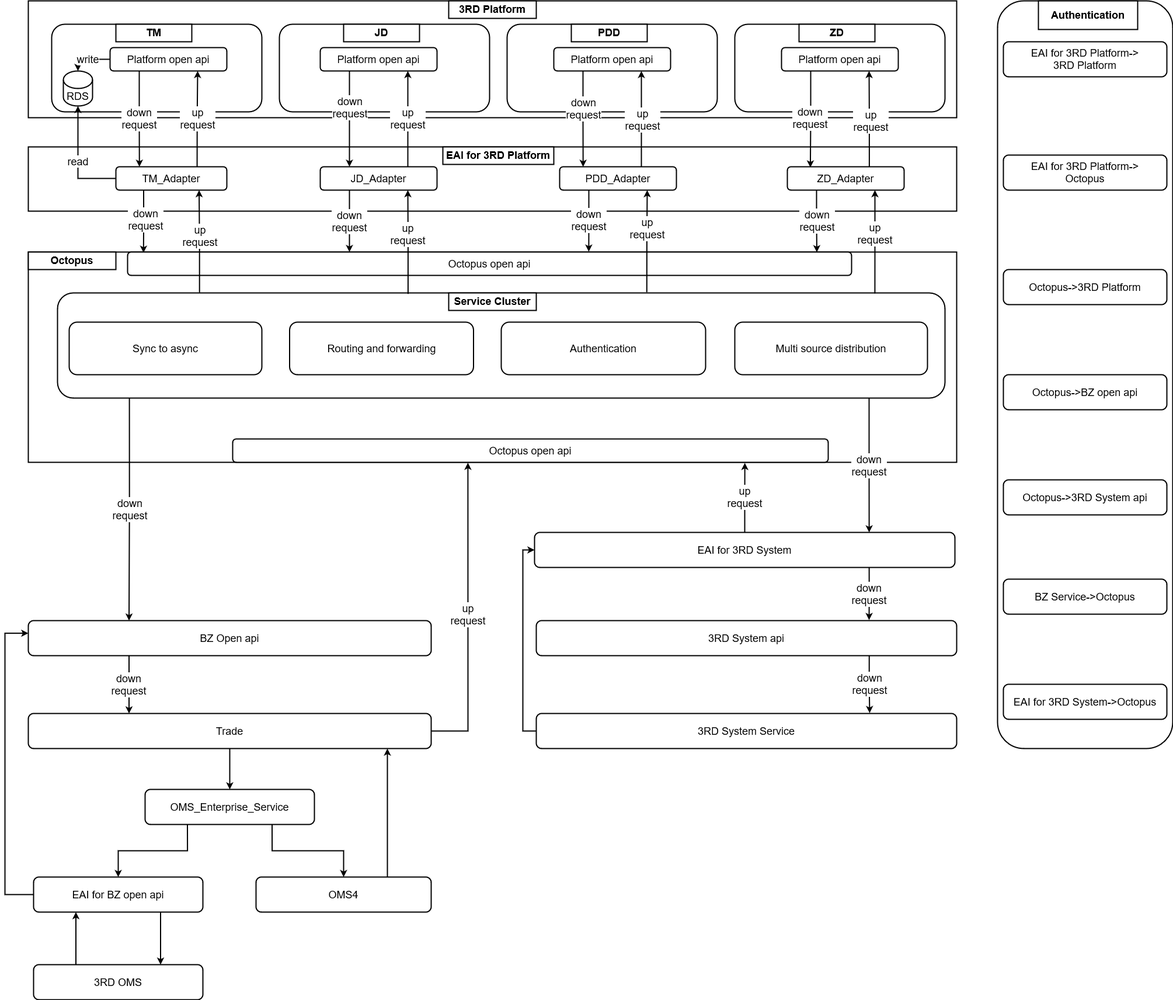
The draw.io diagram platform-integration-middleground.drawio.png in jackie-thank/beego-authz, before a commit. Source tidied: cells renumbered, new cells last; positions are measured from the earlier drawing's top-left corner, leaving out a move shared by most shapes.
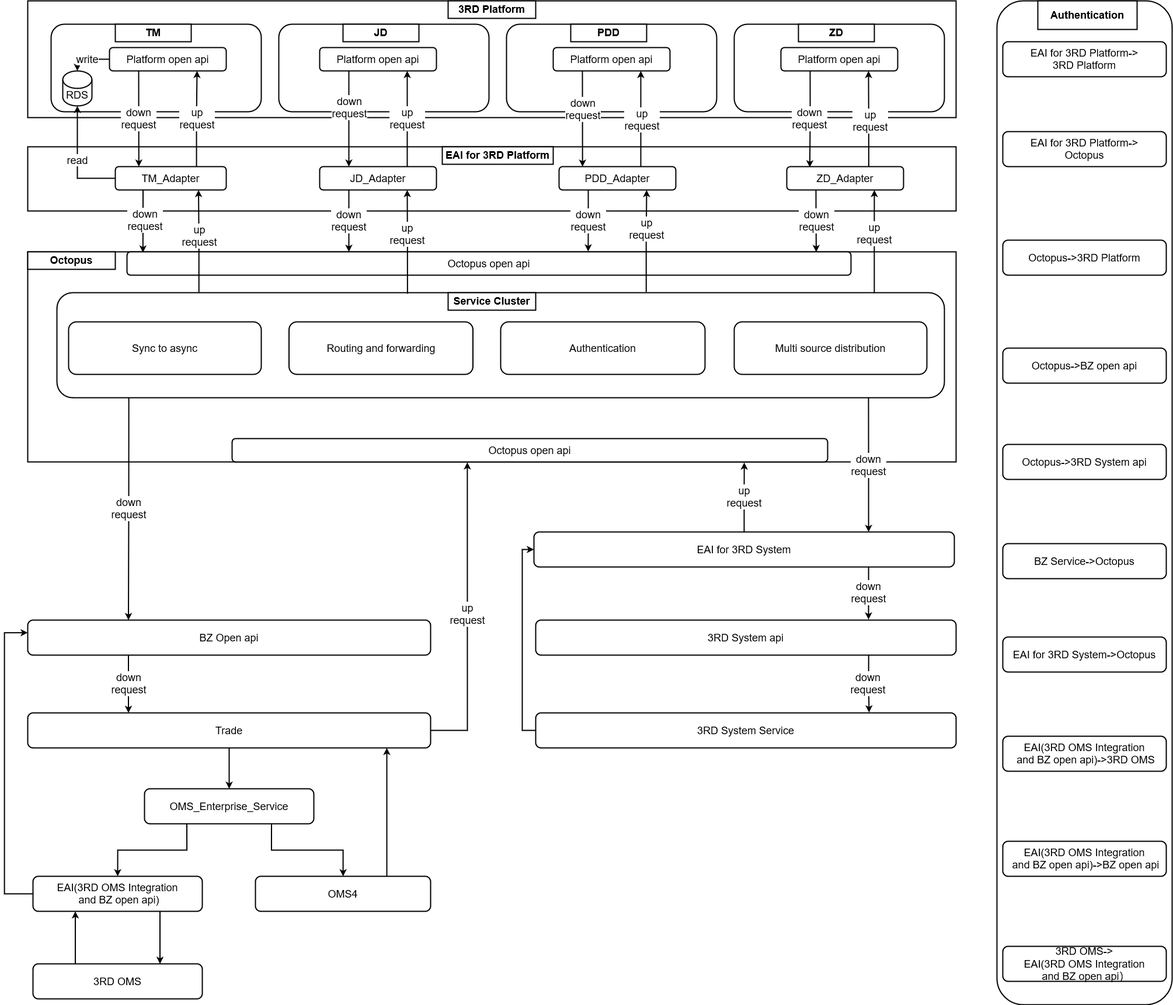
After the change.

Diff of the diagram source:
```diff
@@ -219,31 +219,31 @@
       <mxGeometry x="0.25" relative="1" as="geometry" />
     </mxCell>
     <mxCell id="72" style="rounded=1;whiteSpace=wrap;html=1;strokeWidth=2;fontSize=18;" parent="1" vertex="1">
-      <mxGeometry x="1700" width="300" height="1280" as="geometry" />
+      <mxGeometry x="1700" width="300" height="1720" as="geometry" />
     </mxCell>
     <mxCell id="73" value="Authentication" style="rounded=0;whiteSpace=wrap;html=1;strokeWidth=2;fontSize=18;fontStyle=1;" parent="1" vertex="1">
       <mxGeometry x="1770" width="170" height="49" as="geometry" />
     </mxCell>
     <mxCell id="74" value="Octopus-&amp;gt;3RD Platform" style="rounded=1;whiteSpace=wrap;html=1;strokeWidth=2;fontSize=18;" parent="1" vertex="1">
-      <mxGeometry x="1710" y="460" width="280" height="60" as="geometry" />
+      <mxGeometry x="1710" y="410" width="280" height="60" as="geometry" />
     </mxCell>
     <mxCell id="75" value="&lt;div&gt;Octopus-&amp;gt;BZ open api&lt;br&gt;&lt;/div&gt;" style="rounded=1;whiteSpace=wrap;html=1;strokeWidth=2;fontSize=18;" parent="1" vertex="1">
-      <mxGeometry x="1710" y="640" width="280" height="60" as="geometry" />
+      <mxGeometry x="1710" y="595" width="280" height="60" as="geometry" />
     </mxCell>
     <mxCell id="76" value="&lt;div&gt;Octopus-&amp;gt;3RD System api&lt;br&gt;&lt;/div&gt;" style="rounded=1;whiteSpace=wrap;html=1;strokeWidth=2;fontSize=18;" parent="1" vertex="1">
-      <mxGeometry x="1710" y="820" width="280" height="60" as="geometry" />
+      <mxGeometry x="1710" y="760" width="280" height="60" as="geometry" />
     </mxCell>
     <mxCell id="77" value="&lt;div&gt;BZ Service-&amp;gt;Octopus&lt;/div&gt;" style="rounded=1;whiteSpace=wrap;html=1;strokeWidth=2;fontSize=18;" parent="1" vertex="1">
-      <mxGeometry x="1710" y="990" width="280" height="60" as="geometry" />
+      <mxGeometry x="1710" y="930" width="280" height="60" as="geometry" />
     </mxCell>
     <mxCell id="78" value="&lt;div&gt;EAI for 3RD System-&amp;gt;Octopus&lt;/div&gt;" style="rounded=1;whiteSpace=wrap;html=1;strokeWidth=2;fontSize=18;" parent="1" vertex="1">
-      <mxGeometry x="1710" y="1170" width="280" height="60" as="geometry" />
+      <mxGeometry x="1710" y="1090" width="280" height="60" as="geometry" />
     </mxCell>
     <mxCell id="79" value="&lt;div&gt;EAI for 3RD Platform-&amp;gt;&lt;/div&gt;&lt;div&gt;3RD Platform&lt;/div&gt;" style="rounded=1;whiteSpace=wrap;html=1;strokeWidth=2;fontSize=18;" parent="1" vertex="1">
       <mxGeometry x="1710" y="70" width="280" height="60" as="geometry" />
     </mxCell>
     <mxCell id="80" value="&lt;div&gt;EAI for 3RD Platform-&amp;gt;&lt;/div&gt;&lt;div&gt;Octopus&lt;br&gt;&lt;/div&gt;" style="rounded=1;whiteSpace=wrap;html=1;strokeWidth=2;fontSize=18;" parent="1" vertex="1">
-      <mxGeometry x="1710" y="264" width="280" height="60" as="geometry" />
+      <mxGeometry x="1710" y="224" width="280" height="60" as="geometry" />
     </mxCell>
     <mxCell id="81" style="rounded=0;jettySize=auto;html=1;exitX=0;exitY=0.5;exitDx=0;exitDy=0;entryX=0;entryY=0.36;entryDx=0;entryDy=0;entryPerimeter=0;strokeWidth=2;fontSize=18;edgeStyle=orthogonalEdgeStyle;" parent="1" edge="1" source="89" target="37">
       <mxGeometry relative="1" as="geometry">
@@ -276,8 +276,17 @@
     <mxCell id="88" value="OMS_Enterprise_Service" style="rounded=1;whiteSpace=wrap;html=1;strokeWidth=2;fontSize=18;" parent="1" vertex="1">
       <mxGeometry x="240" y="1350" width="290" height="60" as="geometry" />
     </mxCell>
-    <mxCell id="89" value="EAI for BZ open api" style="rounded=1;whiteSpace=wrap;html=1;strokeWidth=2;fontSize=18;" parent="1" vertex="1">
+    <mxCell id="89" value="&lt;div&gt;EAI(3RD OMS Integration&lt;/div&gt;&lt;div&gt;&amp;nbsp;and BZ open api)&lt;/div&gt;" style="rounded=1;whiteSpace=wrap;html=1;strokeWidth=2;fontSize=18;" parent="1" vertex="1">
       <mxGeometry x="49" y="1500" width="290" height="60" as="geometry" />
     </mxCell>
+    <mxCell id="90" value="&lt;div&gt;EAI(3RD OMS Integration&lt;/div&gt;&lt;div&gt;&amp;nbsp;and BZ open api)-&amp;gt;3RD OMS&lt;br&gt;&lt;/div&gt;" style="rounded=1;whiteSpace=wrap;html=1;strokeWidth=2;fontSize=18;" parent="1" vertex="1">
+      <mxGeometry x="1710" y="1260" width="280" height="60" as="geometry" />
+    </mxCell>
+    <mxCell id="91" value="&lt;div&gt;EAI(3RD OMS Integration&lt;/div&gt;&lt;div&gt;&amp;nbsp;and BZ open api)-&amp;gt;BZ open api&lt;br&gt;&lt;/div&gt;" style="rounded=1;whiteSpace=wrap;html=1;strokeWidth=2;fontSize=18;" parent="1" vertex="1">
+      <mxGeometry x="1710" y="1440" width="280" height="60" as="geometry" />
+    </mxCell>
+    <mxCell id="92" value="&lt;div&gt;3RD OMS-&amp;gt;&lt;/div&gt;&lt;div&gt;EAI(3RD OMS Integration&lt;/div&gt;&lt;div&gt;&amp;nbsp;and BZ open api）&lt;br&gt;&lt;/div&gt;" style="rounded=1;whiteSpace=wrap;html=1;strokeWidth=2;fontSize=18;" parent="1" vertex="1">
+      <mxGeometry x="1710" y="1620" width="280" height="60" as="geometry" />
+    </mxCell>
   </root>
 </mxGraphModel>
```
